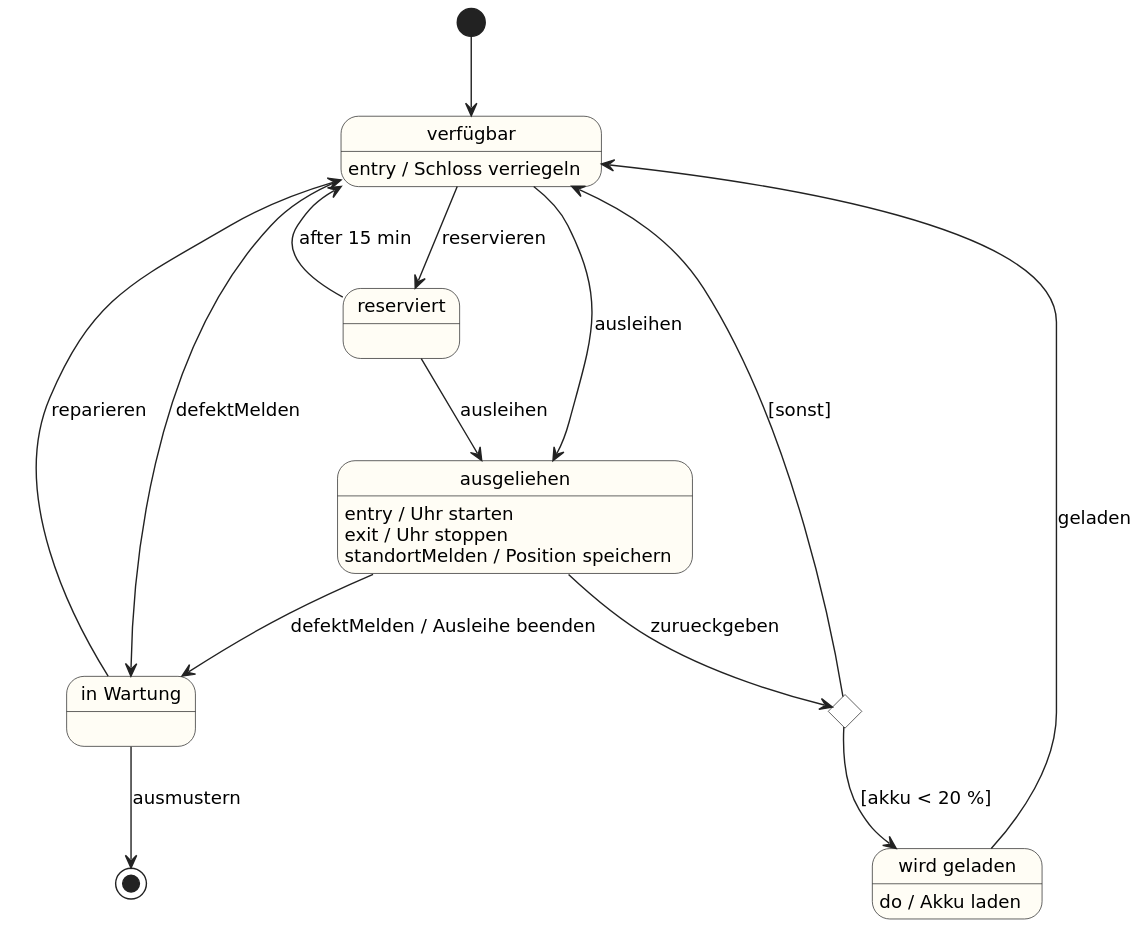
This is material/v4-fahrrad.svg from dclausen01/lernpfad-lf11-uml, a PlantUML export, as it was before one commit.
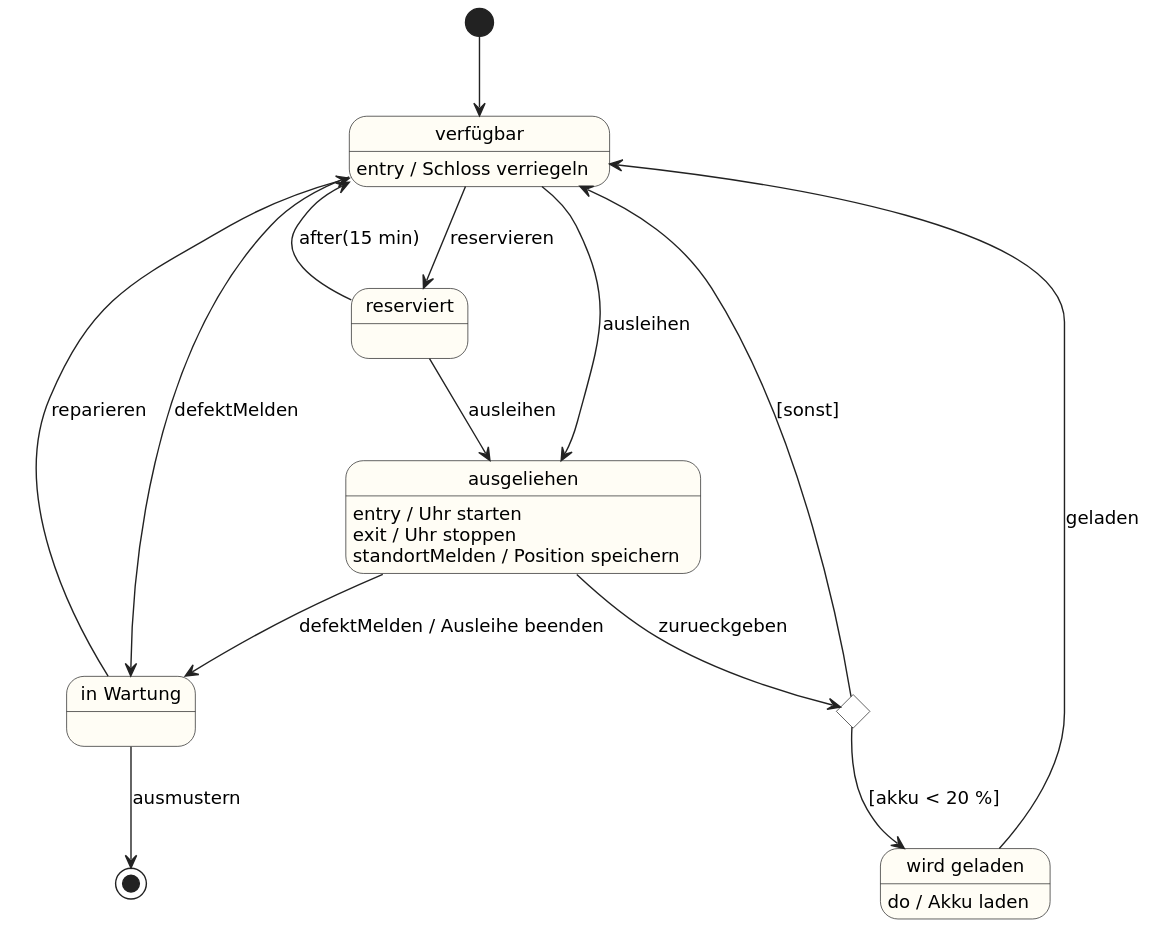
The same file after the commit.

Diff of the diagram source:
```diff
@@ -10,7 +10,7 @@
 state "in Wartung" as wartung
 state c <<choice>>
 verfuegbar --> reserviert : reservieren
-reserviert --> verfuegbar : after 15 min
+reserviert --> verfuegbar : after(15 min)
 reserviert --> ausgeliehen : ausleihen
 verfuegbar --> ausgeliehen : ausleihen
 ausgeliehen --> c : zurueckgeben
```
